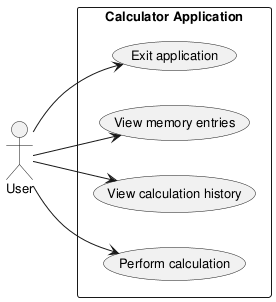
The PlantUML diagram experiments/supervisor_as_tools/user_stories/calculator/artifacts/use_case_diagram.png in DanielRiha8906/Software_autoevolution_using_agents, before a commit.
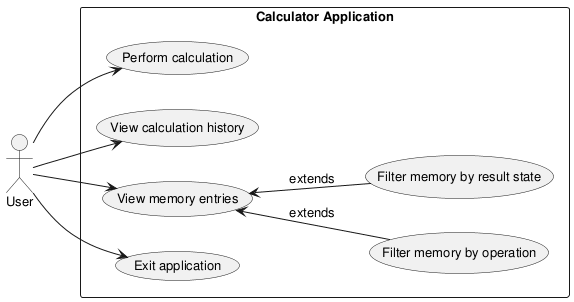
The same file after the commit.

What changed in the source:
```diff
@@ -10,6 +10,8 @@
     usecase "Perform calculation" as UC_Calc
     usecase "View calculation history" as UC_History
     usecase "View memory entries" as UC_Memory
+    usecase "Filter memory by operation" as UC_FilterOp
+    usecase "Filter memory by result state" as UC_FilterSuccess
     usecase "Exit application" as UC_Exit
 
 }
@@ -17,6 +19,8 @@
 User --> UC_Calc
 User --> UC_History
 User --> UC_Memory
+UC_Memory <-- UC_FilterOp : extends
+UC_Memory <-- UC_FilterSuccess : extends
 User --> UC_Exit
 
 @enduml
```
